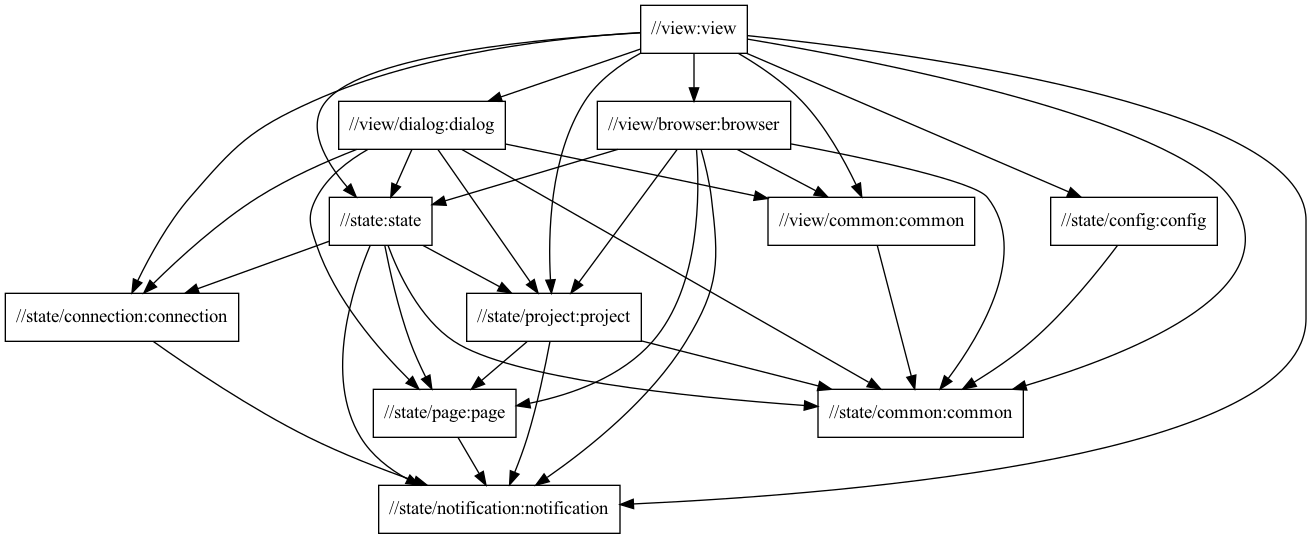
typedb/typedb-studio keeps this Graphviz diagram as docs/package-structure.png. Above is the earlier version. Its source is kept beside it as docs/package-structure.dot. The source it was exported from:
```dot
digraph mygraph {
  node [shape=box];
  "//view:view"
  "//view:view" -> "//view/dialog:dialog"
  "//view:view" -> "//view/common:common"
  "//view:view" -> "//view/browser:browser"
  "//view:view" -> "//state:state"
  "//view:view" -> "//state/common:common"
  "//view:view" -> "//state/config:config"
  "//view:view" -> "//state/connection:connection"
  "//view:view" -> "//state/notification:notification"
  "//view:view" -> "//state/project:project"
  "//view/browser:browser"
  "//view/browser:browser" -> "//state:state"
  "//view/browser:browser" -> "//state/common:common"
  "//view/browser:browser" -> "//state/notification:notification"
  "//view/browser:browser" -> "//state/page:page"
  "//view/browser:browser" -> "//state/project:project"
  "//view/browser:browser" -> "//view/common:common"
  "//view/dialog:dialog"
  "//view/dialog:dialog" -> "//state:state"
  "//view/dialog:dialog" -> "//state/common:common"
  "//view/dialog:dialog" -> "//state/connection:connection"
  "//view/dialog:dialog" -> "//state/page:page"
  "//view/dialog:dialog" -> "//state/project:project"
  "//view/dialog:dialog" -> "//view/common:common"
  "//state:state"
  "//state:state" -> "//state/common:common"
  "//state:state" -> "//state/connection:connection"
  "//state:state" -> "//state/notification:notification"
  "//state:state" -> "//state/page:page"
  "//state:state" -> "//state/project:project"
  "//state/project:project"
  "//state/project:project" -> "//state/common:common"
  "//state/project:project" -> "//state/notification:notification"
  "//state/project:project" -> "//state/page:page"
  "//state/config:config"
  "//state/config:config" -> "//state/common:common"
  "//view/common:common"
  "//view/common:common" -> "//state/common:common"
  "//state/common:common"
  "//state/connection:connection"
  "//state/connection:connection" -> "//state/notification:notification"
  "//state/page:page"
  "//state/page:page" -> "//state/notification:notification"
  "//state/notification:notification"
}
```
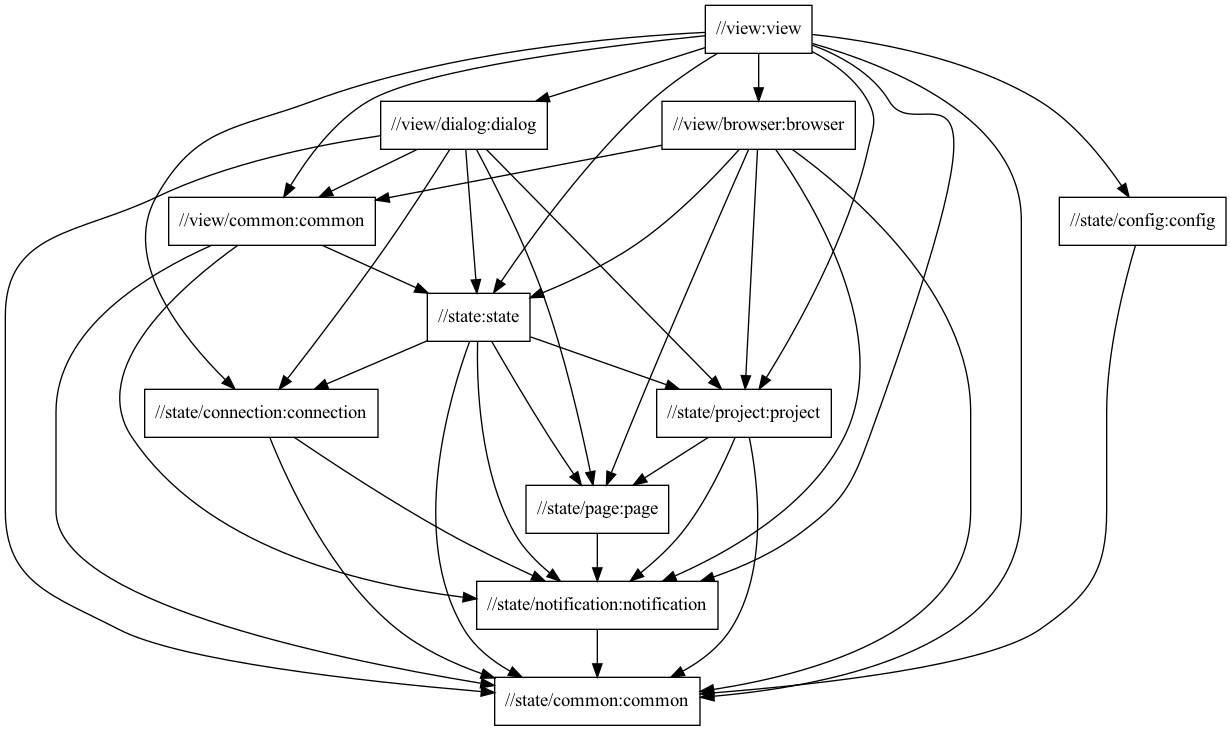
Later version of the same file.

The edit, as a diff of the source:
```diff
@@ -17,6 +17,8 @@
   "//view/browser:browser" -> "//state/page:page"
   "//view/browser:browser" -> "//state/project:project"
   "//view/browser:browser" -> "//view/common:common"
+  "//state/config:config"
+  "//state/config:config" -> "//state/common:common"
   "//view/dialog:dialog"
   "//view/dialog:dialog" -> "//state:state"
   "//view/dialog:dialog" -> "//state/common:common"
@@ -24,24 +26,26 @@
   "//view/dialog:dialog" -> "//state/page:page"
   "//view/dialog:dialog" -> "//state/project:project"
   "//view/dialog:dialog" -> "//view/common:common"
+  "//view/common:common"
+  "//view/common:common" -> "//state:state"
+  "//view/common:common" -> "//state/common:common"
+  "//view/common:common" -> "//state/notification:notification"
   "//state:state"
   "//state:state" -> "//state/common:common"
   "//state:state" -> "//state/connection:connection"
   "//state:state" -> "//state/notification:notification"
   "//state:state" -> "//state/page:page"
   "//state:state" -> "//state/project:project"
+  "//state/connection:connection"
+  "//state/connection:connection" -> "//state/common:common"
+  "//state/connection:connection" -> "//state/notification:notification"
   "//state/project:project"
   "//state/project:project" -> "//state/common:common"
   "//state/project:project" -> "//state/notification:notification"
   "//state/project:project" -> "//state/page:page"
-  "//state/config:config"
-  "//state/config:config" -> "//state/common:common"
-  "//view/common:common"
-  "//view/common:common" -> "//state/common:common"
-  "//state/common:common"
-  "//state/connection:connection"
-  "//state/connection:connection" -> "//state/notification:notification"
   "//state/page:page"
   "//state/page:page" -> "//state/notification:notification"
   "//state/notification:notification"
+  "//state/notification:notification" -> "//state/common:common"
+  "//state/common:common"
 }
```
